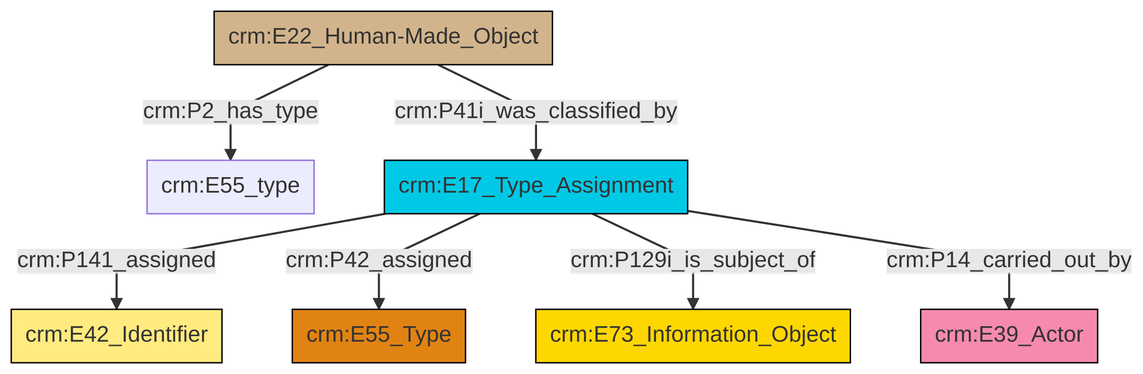
This is et/builtWorkCSV/ttl/mmd/png/Built_Work_designation_status.png from swiss-art-research-net/reference-data-models, a Mermaid export, as it was before one commit. Its source is kept beside it as et/builtWorkCSV/ttl/mmd/Built_Work_designation_status.ttl.mmd.
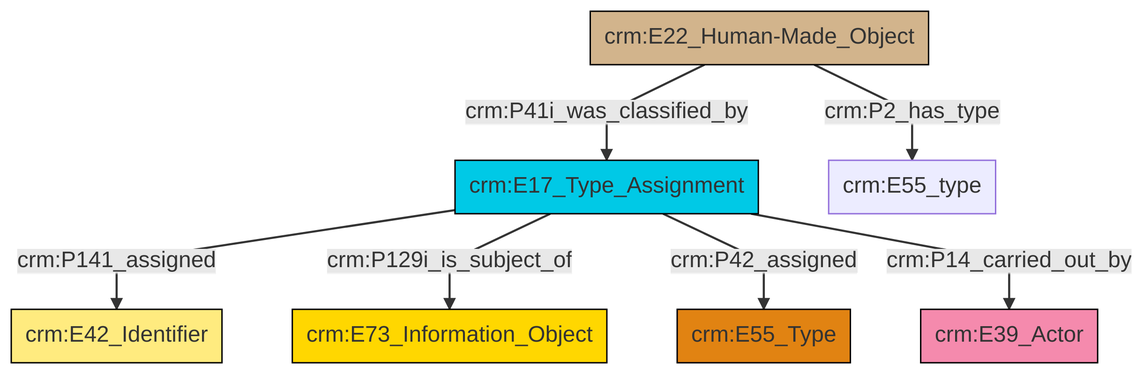
Later version of the same file.

Change to the diagram source:
```diff
@@ -13,9 +13,9 @@
 classDef PC_Classes fill:#4ce600, stroke:#000000;
 classDef Multi fill:#cccccc,stroke:#000000;
 
-8["crm:E17_Type_Assignment"]:::Temporal_Entity -->|crm:P141_assigned| 4["crm:E42_Identifier"]:::Appellation
-8["crm:E17_Type_Assignment"]:::Temporal_Entity -->|crm:P42_assigned| 9["crm:E55_Type"]:::Type
-2["crm:E22_Human-Made_Object"]:::Physical_Thing -->|crm:P41i_was_classified_by| 8["crm:E17_Type_Assignment"]:::Temporal_Entity
-2["crm:E22_Human-Made_Object"]:::Physical_Thing -->|crm:P2_has_type| 0["crm:E55_type"]:::Default
-8["crm:E17_Type_Assignment"]:::Temporal_Entity -->|crm:P129i_is_subject_of| 13["crm:E73_Information_Object"]:::Conceptual_Object
-8["crm:E17_Type_Assignment"]:::Temporal_Entity -->|crm:P14_carried_out_by| 6["crm:E39_Actor"]:::Actor
+2["crm:E17_Type_Assignment"]:::Temporal_Entity -->|crm:P141_assigned| 3["crm:E42_Identifier"]:::Appellation
+2["crm:E17_Type_Assignment"]:::Temporal_Entity -->|crm:P129i_is_subject_of| 4["crm:E73_Information_Object"]:::Conceptual_Object
+0["crm:E22_Human-Made_Object"]:::Physical_Thing -->|crm:P41i_was_classified_by| 2["crm:E17_Type_Assignment"]:::Temporal_Entity
+2["crm:E17_Type_Assignment"]:::Temporal_Entity -->|crm:P42_assigned| 8["crm:E55_Type"]:::Type
+2["crm:E17_Type_Assignment"]:::Temporal_Entity -->|crm:P14_carried_out_by| 6["crm:E39_Actor"]:::Actor
+0["crm:E22_Human-Made_Object"]:::Physical_Thing -->|crm:P2_has_type| 12["crm:E55_type"]:::Default
```
